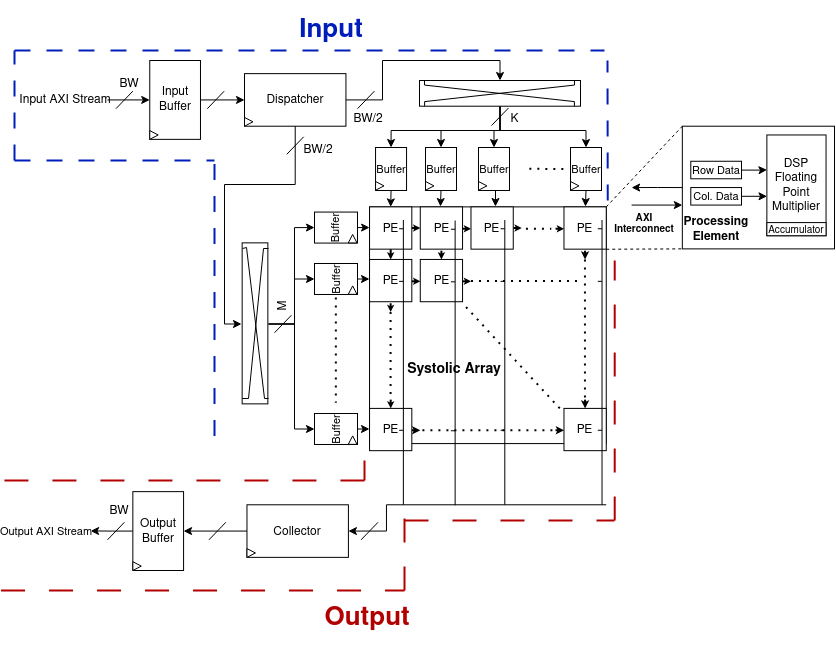
Before: diagrams/sys_array_labeled_transparent.png, a diagram exported from draw.io (hassan-alawi/FlexArray). Source tidied: cells renumbered, new cells last; positions are measured from the earlier drawing's top-left corner, leaving out a move shared by most shapes.
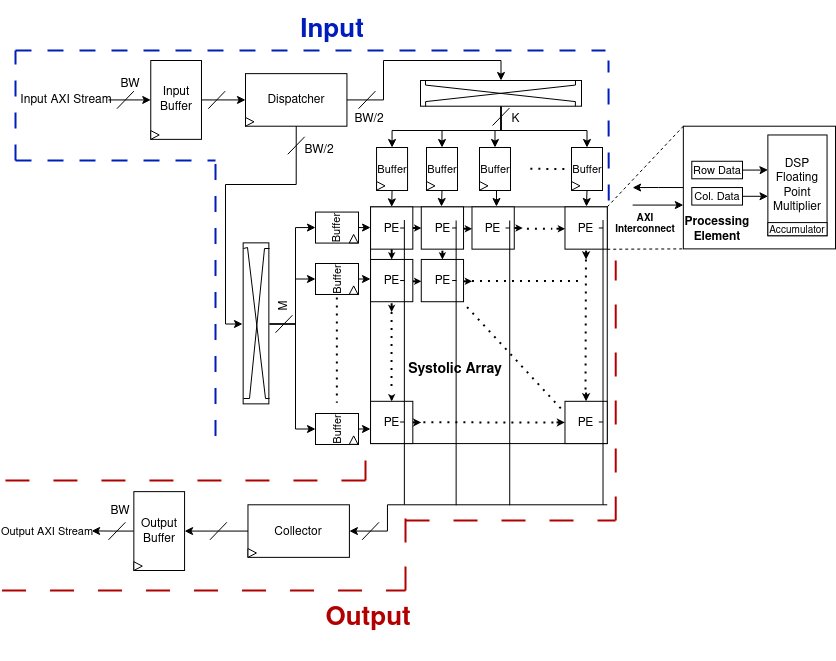
The same diagram one commit later.

The edit, as a diff of the source:
```diff
@@ -120,7 +120,7 @@
     <mxCell id="30" style="endArrow=none;dashed=1;html=1;dashPattern=1 3;strokeWidth=2;rounded=0;" parent="17" edge="1">
       <mxGeometry relative="1" as="geometry">
         <mxPoint x="21" y="105.1" as="sourcePoint" />
-        <mxPoint x="21" y="192.8" as="targetPoint" />
+        <mxPoint x="20.9" y="183.6" as="targetPoint" />
       </mxGeometry>
     </mxCell>
     <mxCell id="31" style="edgeStyle=orthogonalEdgeStyle;rounded=0;jettySize=auto;html=1;exitX=0.5;exitY=1;exitDx=0;exitDy=0;entryX=0.5;entryY=0;entryDx=0;entryDy=0;startArrow=none;startFill=0;startSize=1;endSize=1;strokeWidth=2;" parent="17" edge="1" target="32">
@@ -129,7 +129,7 @@
       </mxGeometry>
     </mxCell>
     <mxCell id="32" value="PE" style="whiteSpace=wrap;html=1;" parent="17" vertex="1">
-      <mxGeometry y="201.5" width="42.3" height="42.3" as="geometry" />
+      <mxGeometry y="194.4" width="42.3" height="42.3" as="geometry" />
     </mxCell>
     <mxCell id="33" style="edgeStyle=orthogonalEdgeStyle;rounded=0;orthogonalLoop=1;jettySize=auto;html=1;exitX=0.5;exitY=1;exitDx=0;exitDy=0;entryX=0.5;entryY=0;entryDx=0;entryDy=0;startArrow=none;startFill=0;startSize=1;endSize=1;strokeWidth=2;" parent="17" edge="1">
       <mxGeometry relative="1" as="geometry">
@@ -146,28 +146,28 @@
     <mxCell id="35" style="endArrow=none;dashed=1;html=1;dashPattern=1 3;strokeWidth=2;rounded=0;" parent="17" edge="1">
       <mxGeometry relative="1" as="geometry">
         <mxPoint x="215.4" y="52.6" as="sourcePoint" />
-        <mxPoint x="215.4" y="192.8" as="targetPoint" />
+        <mxPoint x="214.9" y="183.6" as="targetPoint" />
       </mxGeometry>
     </mxCell>
     <mxCell id="36" style="endArrow=none;dashed=1;html=1;dashPattern=1 3;strokeWidth=2;rounded=0;" parent="17" edge="1">
       <mxGeometry relative="1" as="geometry">
-        <mxPoint x="52.8" y="223.3" as="sourcePoint" />
-        <mxPoint x="183.9" y="223.4" as="targetPoint" />
+        <mxPoint x="52.8" y="215.5" as="sourcePoint" />
+        <mxPoint x="183.9" y="215.5" as="targetPoint" />
       </mxGeometry>
     </mxCell>
     <mxCell id="37" style="edgeStyle=orthogonalEdgeStyle;rounded=0;orthogonalLoop=1;jettySize=auto;html=1;exitX=1;exitY=0.5;exitDx=0;exitDy=0;entryX=0;entryY=0.5;entryDx=0;entryDy=0;startArrow=none;startFill=0;startSize=1;endSize=2;strokeWidth=2;" parent="17" edge="1">
       <mxGeometry relative="1" as="geometry">
-        <mxPoint x="42.3" y="223.4" as="sourcePoint" />
-        <mxPoint x="50.7" y="223.4" as="targetPoint" />
+        <mxPoint x="42.3" y="215.5" as="sourcePoint" />
+        <mxPoint x="50.7" y="215.5" as="targetPoint" />
       </mxGeometry>
     </mxCell>
     <mxCell id="38" value="PE" style="whiteSpace=wrap;html=1;" parent="17" vertex="1">
-      <mxGeometry x="194.4" y="201.5" width="42.3" height="42.3" as="geometry" />
+      <mxGeometry x="194.4" y="194.4" width="42.3" height="42.3" as="geometry" />
     </mxCell>
     <mxCell id="39" style="edgeStyle=orthogonalEdgeStyle;rounded=0;orthogonalLoop=1;jettySize=auto;html=1;exitX=1;exitY=0.5;exitDx=0;exitDy=0;entryX=0;entryY=0.5;entryDx=0;entryDy=0;startArrow=none;startFill=0;startSize=1;endSize=2;strokeWidth=2;" parent="17" edge="1">
       <mxGeometry relative="1" as="geometry">
-        <mxPoint x="186" y="223.4" as="sourcePoint" />
-        <mxPoint x="194.4" y="223.4" as="targetPoint" />
+        <mxPoint x="186" y="215.5" as="sourcePoint" />
+        <mxPoint x="194.4" y="215.5" as="targetPoint" />
       </mxGeometry>
     </mxCell>
     <mxCell id="40" style="edgeStyle=orthogonalEdgeStyle;rounded=0;orthogonalLoop=1;jettySize=auto;html=1;exitX=0.5;exitY=1;exitDx=0;exitDy=0;entryX=0.5;entryY=0;entryDx=0;entryDy=0;startArrow=none;startFill=0;startSize=1;endSize=2;strokeWidth=2;" parent="17" edge="1">
@@ -178,8 +178,8 @@
     </mxCell>
     <mxCell id="41" style="edgeStyle=orthogonalEdgeStyle;rounded=0;orthogonalLoop=1;jettySize=auto;html=1;exitX=0.5;exitY=1;exitDx=0;exitDy=0;entryX=0.5;entryY=0;entryDx=0;entryDy=0;startArrow=none;startFill=0;startSize=1;endSize=2;strokeWidth=2;" parent="17" edge="1">
       <mxGeometry relative="1" as="geometry">
-        <mxPoint x="215.5" y="192.8" as="sourcePoint" />
-        <mxPoint x="215.5" y="201.5" as="targetPoint" />
+        <mxPoint x="215.5" y="185.7" as="sourcePoint" />
+        <mxPoint x="215.5" y="194.4" as="targetPoint" />
       </mxGeometry>
     </mxCell>
     <mxCell id="42" style="edgeStyle=orthogonalEdgeStyle;rounded=0;jettySize=auto;html=1;exitX=0.5;exitY=1;exitDx=0;exitDy=0;entryX=0.5;entryY=0;entryDx=0;entryDy=0;startArrow=none;startFill=0;startSize=1;endSize=1;strokeWidth=2;" parent="17" edge="1" target="43">
@@ -208,99 +208,69 @@
         <mxPoint x="93" y="96.4" as="targetPoint" />
       </mxGeometry>
     </mxCell>
-    <mxCell id="47" style="group;" parent="17" vertex="1">
-      <mxGeometry x="29.6" y="21.9" width="4.2" height="201.5" as="geometry" />
-    </mxCell>
+    <mxCell id="63" style="endArrow=none;html=1;rounded=0;entryX=0.8;entryY=0.4;entryDx=0;entryDy=0;entryPerimeter=0;" parent="17" edge="1">
+      <mxGeometry relative="1" as="geometry">
+        <mxPoint x="85.6" y="298.4" as="sourcePoint" />
+        <mxPoint x="85.6" y="13.6" as="targetPoint" />
+      </mxGeometry>
+    </mxCell>
+    <mxCell id="64" value="&lt;h3&gt;&lt;b&gt;Systolic Array&lt;/b&gt;&lt;/h3&gt;" style="text;html=1;align=center;verticalAlign=middle;strokeColor=none;fillColor=none;" parent="17" vertex="1">
+      <mxGeometry x="23.7" y="131.4" width="120" height="60" as="geometry" />
+    </mxCell>
-    <mxCell id="48" style="endArrow=none;html=1;rounded=0;" parent="47" edge="1">
+    <mxCell id="48" style="endArrow=none;html=1;rounded=0;" parent="17" edge="1">
       <mxGeometry relative="1" as="geometry">
-        <mxPoint as="sourcePoint" />
-        <mxPoint x="4.2" as="targetPoint" />
+        <mxPoint x="29.6" y="21.1" as="sourcePoint" />
+        <mxPoint x="33.8" y="21.1" as="targetPoint" />
       </mxGeometry>
     </mxCell>
-    <mxCell id="49" style="endArrow=none;html=1;rounded=0;" parent="47" edge="1">
+    <mxCell id="49" style="endArrow=none;html=1;rounded=0;" parent="17" edge="1">
       <mxGeometry relative="1" as="geometry">
-        <mxPoint y="52.6" as="sourcePoint" />
-        <mxPoint x="4.2" y="52.6" as="targetPoint" />
+        <mxPoint x="29.6" y="73.7" as="sourcePoint" />
+        <mxPoint x="33.8" y="73.7" as="targetPoint" />
       </mxGeometry>
     </mxCell>
-    <mxCell id="50" style="endArrow=none;html=1;rounded=0;" parent="47" edge="1">
+    <mxCell id="50" style="endArrow=none;html=1;rounded=0;" parent="17" edge="1">
       <mxGeometry relative="1" as="geometry">
-        <mxPoint y="201.5" as="sourcePoint" />
-        <mxPoint x="4.2" y="201.5" as="targetPoint" />
+        <mxPoint x="29.6" y="215.1" as="sourcePoint" />
+        <mxPoint x="33.8" y="215.1" as="targetPoint" />
       </mxGeometry>
     </mxCell>
-    <mxCell id="51" style="group;" parent="17" vertex="1">
-      <mxGeometry x="131" y="21.9" width="4.2" height="201.5" as="geometry" />
-    </mxCell>
-    <mxCell id="52" style="endArrow=none;html=1;rounded=0;" parent="51" edge="1">
-      <mxGeometry relative="1" as="geometry">
-        <mxPoint as="sourcePoint" />
-        <mxPoint x="4.2" as="targetPoint" />
-      </mxGeometry>
-    </mxCell>
-    <mxCell id="53" style="endArrow=none;html=1;rounded=0;" parent="51" edge="1">
-      <mxGeometry relative="1" as="geometry">
-        <mxPoint y="52.6" as="sourcePoint" />
-        <mxPoint x="4.2" y="52.6" as="targetPoint" />
-      </mxGeometry>
-    </mxCell>
-    <mxCell id="54" style="endArrow=none;html=1;rounded=0;" parent="51" edge="1">
-      <mxGeometry relative="1" as="geometry">
-        <mxPoint y="201.5" as="sourcePoint" />
-        <mxPoint x="4.2" y="201.5" as="targetPoint" />
-      </mxGeometry>
-    </mxCell>
-    <mxCell id="55" style="group;" parent="17" vertex="1">
-      <mxGeometry x="228.2" y="21.9" width="4.2" height="201.5" as="geometry" />
-    </mxCell>
-    <mxCell id="56" style="endArrow=none;html=1;rounded=0;" parent="55" edge="1">
+    <mxCell id="56" style="endArrow=none;html=1;rounded=0;" parent="17" edge="1">
       <mxGeometry relative="1" as="geometry">
-        <mxPoint as="sourcePoint" />
-        <mxPoint x="4.2" as="targetPoint" />
+        <mxPoint x="228.2" y="21.1" as="sourcePoint" />
+        <mxPoint x="232.5" y="21.1" as="targetPoint" />
       </mxGeometry>
     </mxCell>
-    <mxCell id="57" style="endArrow=none;html=1;rounded=0;" parent="55" edge="1">
-      <mxGeometry relative="1" as="geometry">
-        <mxPoint y="52.6" as="sourcePoint" />
-        <mxPoint x="4.2" y="52.6" as="targetPoint" />
-      </mxGeometry>
-    </mxCell>
-    <mxCell id="58" style="endArrow=none;html=1;rounded=0;" parent="55" edge="1">
+    <mxCell id="58" style="endArrow=none;html=1;rounded=0;" parent="17" edge="1">
       <mxGeometry relative="1" as="geometry">
-        <mxPoint y="201.5" as="sourcePoint" />
-        <mxPoint x="4.2" y="201.5" as="targetPoint" />
+        <mxPoint x="228.2" y="215.1" as="sourcePoint" />
+        <mxPoint x="232.5" y="215.1" as="targetPoint" />
       </mxGeometry>
     </mxCell>
-    <mxCell id="59" style="group;" parent="17" vertex="1">
-      <mxGeometry x="81.4" y="22.4" width="4.2" height="201.5" as="geometry" />
-    </mxCell>
-    <mxCell id="60" style="endArrow=none;html=1;rounded=0;" parent="59" edge="1">
-      <mxGeometry relative="1" as="geometry">
-        <mxPoint as="sourcePoint" />
-        <mxPoint x="4.2" as="targetPoint" />
-      </mxGeometry>
-    </mxCell>
-    <mxCell id="61" style="endArrow=none;html=1;rounded=0;" parent="59" edge="1">
-      <mxGeometry relative="1" as="geometry">
-        <mxPoint y="52.6" as="sourcePoint" />
-        <mxPoint x="4.2" y="52.6" as="targetPoint" />
-      </mxGeometry>
-    </mxCell>
-    <mxCell id="62" style="endArrow=none;html=1;rounded=0;" parent="59" edge="1">
-      <mxGeometry relative="1" as="geometry">
-        <mxPoint y="201.5" as="sourcePoint" />
-        <mxPoint x="4.2" y="201.5" as="targetPoint" />
-      </mxGeometry>
-    </mxCell>
-    <mxCell id="63" style="endArrow=none;html=1;rounded=0;entryX=0.8;entryY=0.4;entryDx=0;entryDy=0;entryPerimeter=0;" parent="17" edge="1">
-      <mxGeometry relative="1" as="geometry">
-        <mxPoint x="85.6" y="298.4" as="sourcePoint" />
-        <mxPoint x="85.6" y="13.6" as="targetPoint" />
-      </mxGeometry>
-    </mxCell>
-    <mxCell id="64" value="&lt;h3&gt;&lt;b&gt;Systolic Array&lt;/b&gt;&lt;/h3&gt;" style="text;html=1;align=center;verticalAlign=middle;strokeColor=none;fillColor=none;" parent="17" vertex="1">
-      <mxGeometry x="23.7" y="131.4" width="120" height="60" as="geometry" />
-    </mxCell>
+    <mxCell id="183" style="endArrow=none;html=1;rounded=0;" parent="17" edge="1">
+      <mxGeometry relative="1" as="geometry">
+        <mxPoint x="81.6" y="73.6" as="sourcePoint" />
+        <mxPoint x="85.8" y="73.6" as="targetPoint" />
+      </mxGeometry>
+    </mxCell>
+    <mxCell id="184" style="endArrow=none;html=1;rounded=0;" parent="17" edge="1">
+      <mxGeometry relative="1" as="geometry">
+        <mxPoint x="81.6" y="21.1" as="sourcePoint" />
+        <mxPoint x="85.8" y="21.1" as="targetPoint" />
+      </mxGeometry>
+    </mxCell>
+    <mxCell id="185" style="endArrow=none;html=1;rounded=0;" parent="17" edge="1">
+      <mxGeometry relative="1" as="geometry">
+        <mxPoint x="134.9" y="21.1" as="sourcePoint" />
+        <mxPoint x="139.2" y="21.1" as="targetPoint" />
+      </mxGeometry>
+    </mxCell>
+    <mxCell id="186" style="endArrow=none;html=1;rounded=0;entryX=0.8;entryY=0.4;entryDx=0;entryDy=0;entryPerimeter=0;" parent="17" edge="1">
+      <mxGeometry relative="1" as="geometry">
+        <mxPoint x="139.2" y="298.4" as="sourcePoint" />
+        <mxPoint x="139.2" y="13.6" as="targetPoint" />
+      </mxGeometry>
+    </mxCell>
     <mxCell id="65" style="endArrow=none;dashed=1;html=1;dashPattern=1 3;strokeWidth=2;rounded=0;" parent="1" edge="1">
       <mxGeometry relative="1" as="geometry">
         <mxPoint x="527.8" y="158.3" as="sourcePoint" />
@@ -362,12 +332,6 @@
         <mxPoint x="401.9" y="209.5" as="targetPoint" />
       </mxGeometry>
     </mxCell>
-    <mxCell id="79" style="endArrow=none;html=1;rounded=0;entryX=0.8;entryY=0.4;entryDx=0;entryDy=0;entryPerimeter=0;" parent="1" edge="1">
-      <mxGeometry relative="1" as="geometry">
-        <mxPoint x="503.3" y="494.3" as="sourcePoint" />
-        <mxPoint x="503.3" y="209.5" as="targetPoint" />
-      </mxGeometry>
-    </mxCell>
     <mxCell id="80" style="endArrow=none;html=1;rounded=0;entryX=0.8;entryY=0.4;entryDx=0;entryDy=0;entryPerimeter=0;" parent="1" edge="1">
       <mxGeometry relative="1" as="geometry">
         <mxPoint x="600.5" y="494.3" as="sourcePoint" />
```
